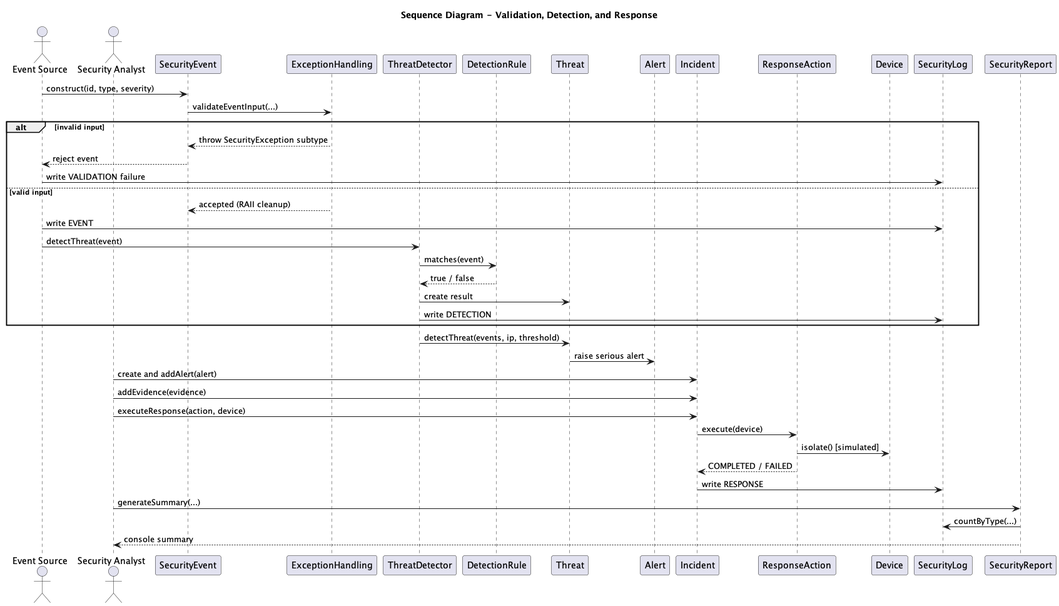
The PlantUML diagram sequence-diagram.png in jaitak2121-spec/CybersecurityThreatdetector, before a commit.
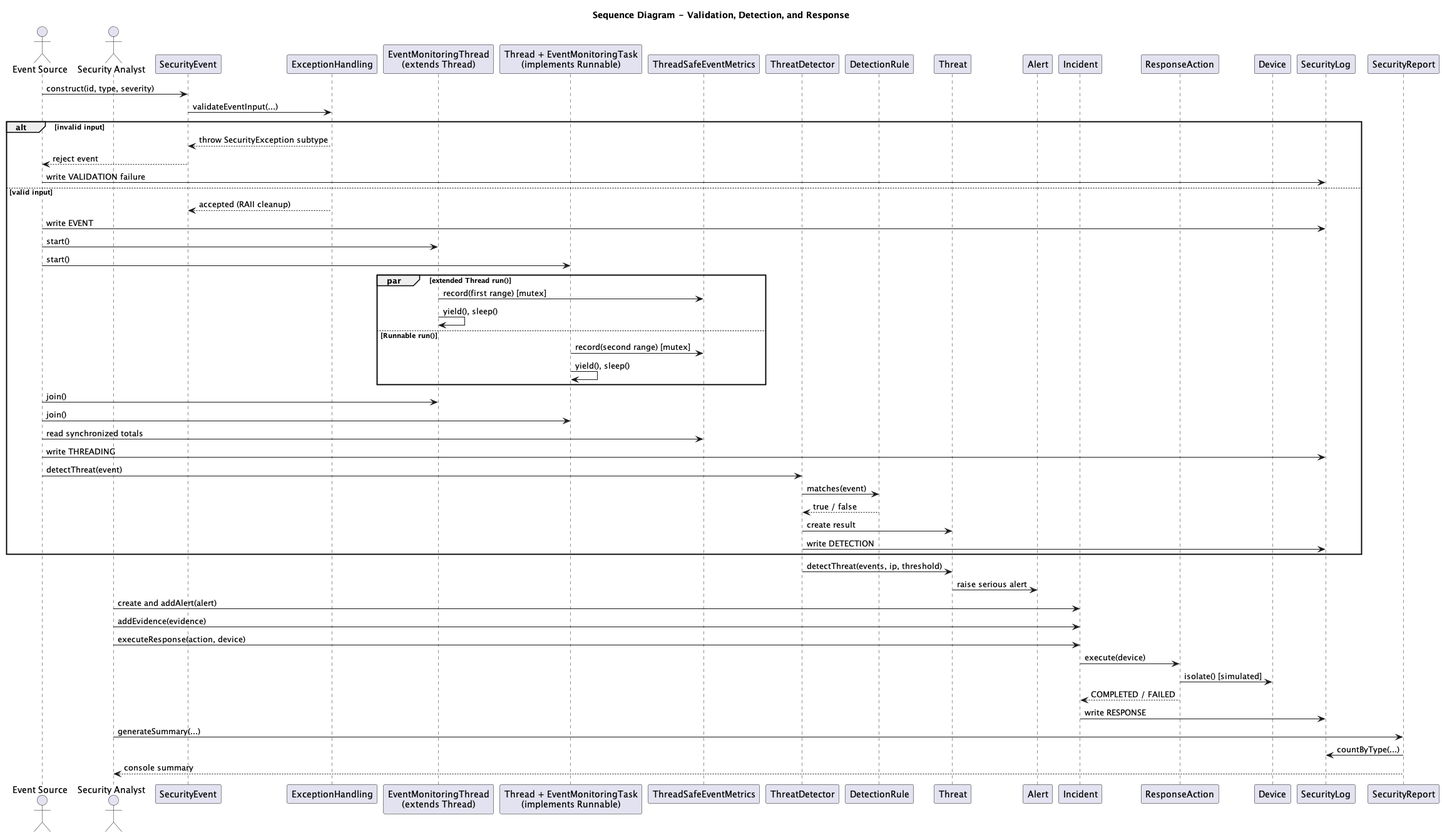
After the change.

The edit, as a diff of the source:
```diff
@@ -4,6 +4,9 @@
 actor "Security Analyst" as Analyst
 participant SecurityEvent as Event
 participant "ExceptionHandling" as Validation
+participant "EventMonitoringThread\n(extends Thread)" as InheritedWorker
+participant "Thread + EventMonitoringTask\n(implements Runnable)" as RunnableWorker
+participant ThreadSafeEventMetrics as Metrics
 participant ThreatDetector as Detector
 participant DetectionRule as Rule
 participant Threat
@@ -23,6 +26,19 @@
 else valid input
   Validation --> Event : accepted (RAII cleanup)
   Source -> Log : write EVENT
+  Source -> InheritedWorker : start()
+  Source -> RunnableWorker : start()
+  par extended Thread run()
+    InheritedWorker -> Metrics : record(first range) [mutex]
+    InheritedWorker -> InheritedWorker : yield(), sleep()
+  else Runnable run()
+    RunnableWorker -> Metrics : record(second range) [mutex]
+    RunnableWorker -> RunnableWorker : yield(), sleep()
+  end
+  Source -> InheritedWorker : join()
+  Source -> RunnableWorker : join()
+  Source -> Metrics : read synchronized totals
+  Source -> Log : write THREADING
   Source -> Detector : detectThreat(event)
   Detector -> Rule : matches(event)
   Rule --> Detector : true / false
```
